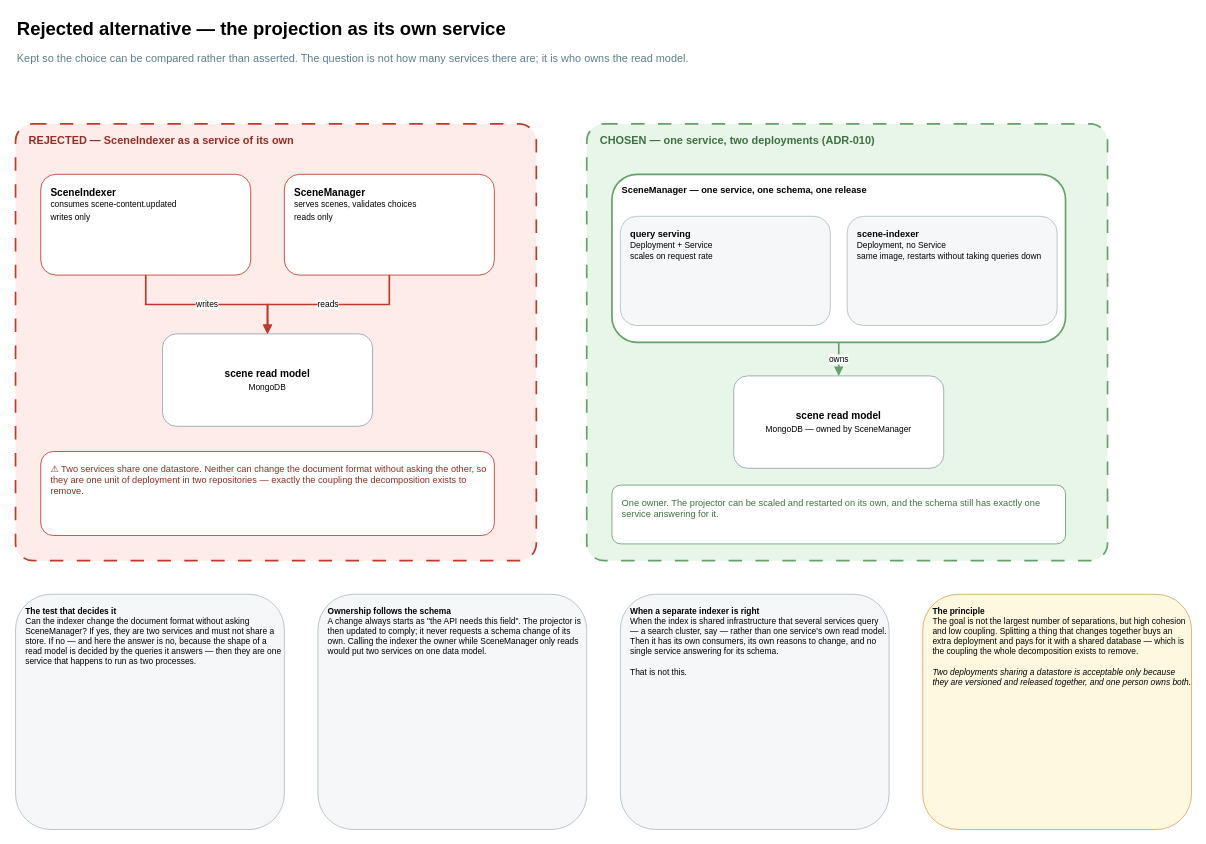
Before: page "Rejected alternative — separate indexer" (7 of 9) of docs/architecture/architecture.template.drawio in Grupp2B-Spam/RPG_Choose_Your_Fate_Sem2, a draw.io diagram. Source tidied: cells renumbered, new cells numbered last; positions are measured from the earlier drawing's top-left corner, leaving out a move shared by most shapes. Both pictures are drawn from the tidied source at 84%, with x=0, y=0 at pixel (15, 14).
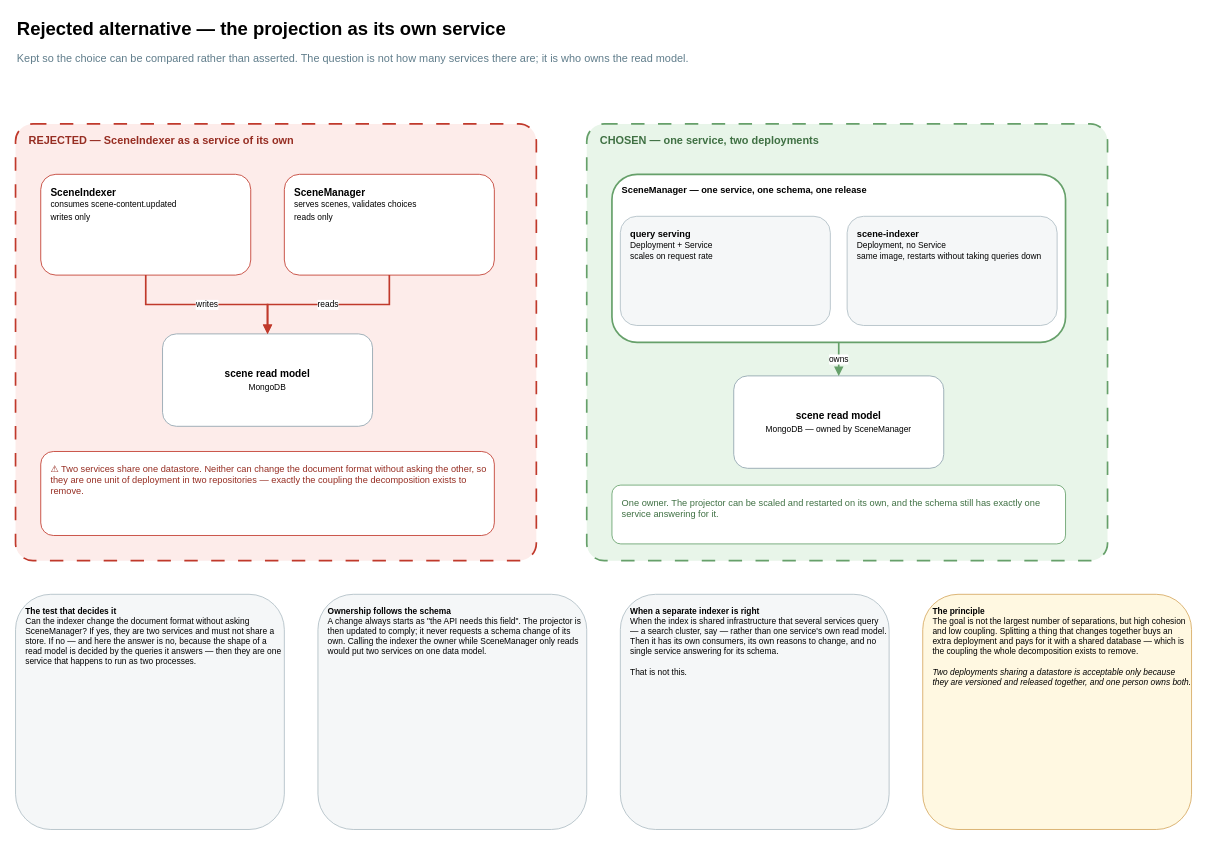
Above is the later version.

The edit, as a diff of the source:
```diff
@@
-    <mxCell id="9" value="CHOSEN — one service, two deployments (ADR-010)" style="rounded=1;whiteSpace=wrap;html=1;dashed=1;dashPattern=8 8;fillColor=#e8f5e9;strokeColor=#66a06a;strokeWidth=2;verticalAlign=top;align=left;spacingLeft=14;spacingTop=6;fontSize=13;fontStyle=1;fontColor=#3f7043;arcSize=4;" parent="1" vertex="1">
+    <mxCell id="9" value="CHOSEN — one service, two deployments" style="rounded=1;whiteSpace=wrap;html=1;dashed=1;dashPattern=8 8;fillColor=#e8f5e9;strokeColor=#66a06a;strokeWidth=2;verticalAlign=top;align=left;spacingLeft=14;spacingTop=6;fontSize=13;fontStyle=1;fontColor=#3f7043;arcSize=4;" parent="1" vertex="1">
       <mxGeometry x="680" y="130" width="620" height="520" as="geometry" />
     </mxCell>
```
